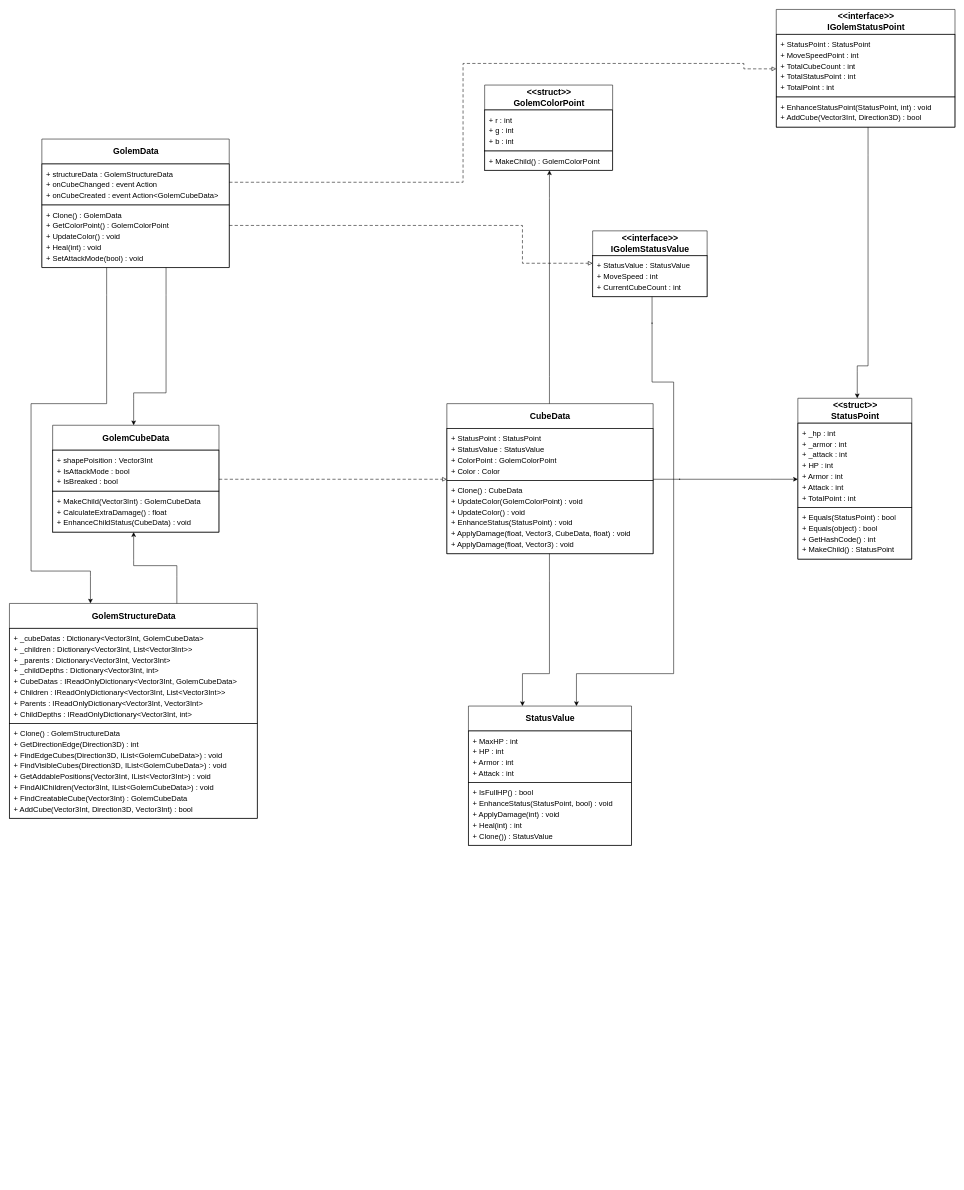
Above: Docs/Cube/CubeData.drawio in THISISJUSTICE/Test (draw.io), before the change. Source tidied: cells renumbered, new cells numbered last; positions are measured from the earlier drawing's top-left corner, leaving out a move shared by most shapes. Both pictures are drawn from the tidied source at 54%, with x=0, y=0 at pixel (9, 9).
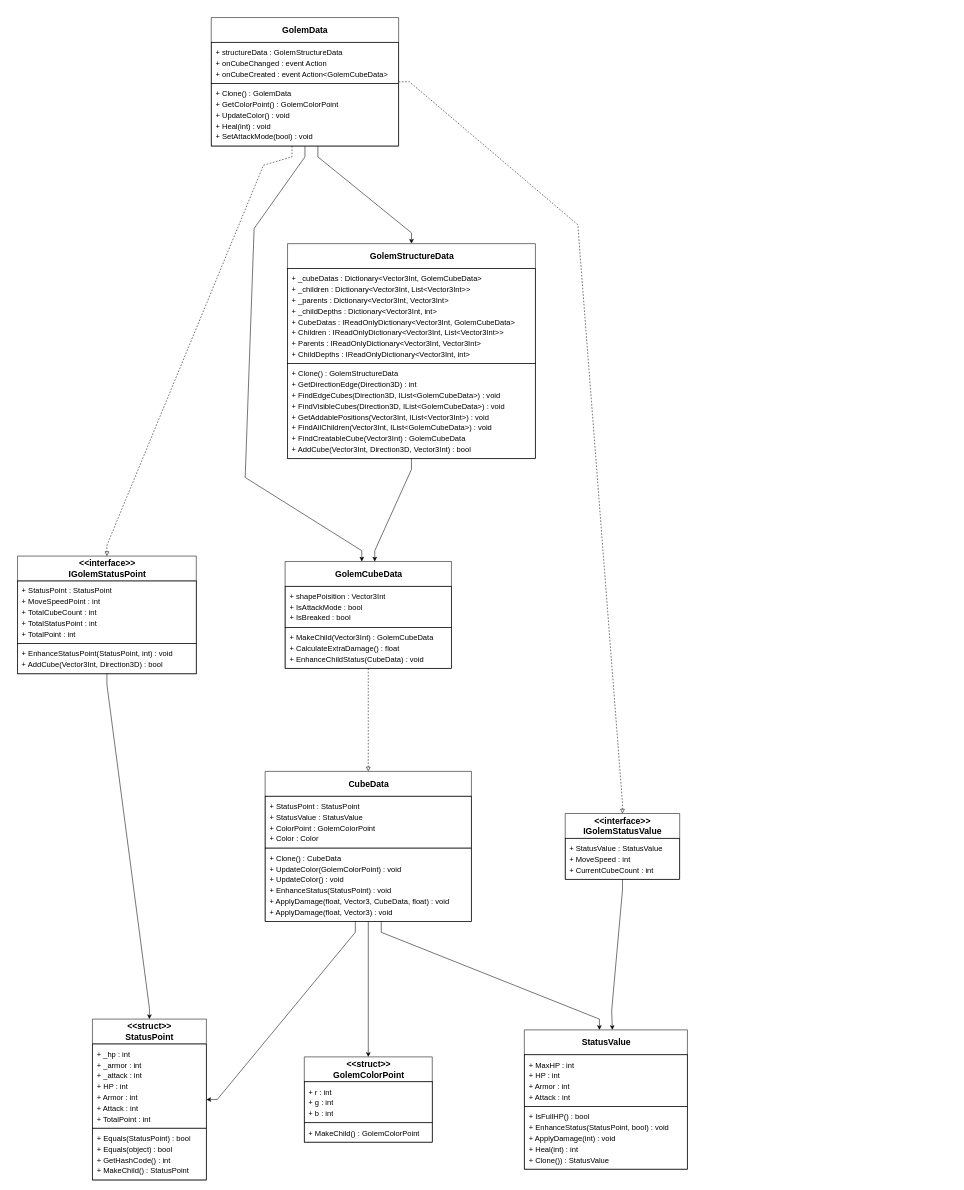
The same page after the edit.

Diff of the diagram source:
```diff
@@
     <mxCell id="2" value="&lt;h4 style=&quot;margin:0&quot;&gt;CubeData&lt;/h4&gt;" style="swimlane;fontSize=16;fontStyle=1;align=center;verticalAlign=middle;horizontal=1;startSize=46;html=1;fillColor=none;swimlaneFillColor=none;strokeColor=#000000;" parent="1" vertex="1">
-      <mxGeometry x="810" y="730" width="382" height="278" as="geometry" />
+      <mxGeometry x="473.5" y="1411" width="382" height="278" as="geometry" />
     </mxCell>
     <mxCell id="3" value="&lt;div&gt;&amp;lt;&amp;lt;struct&amp;gt;&amp;gt;&lt;/div&gt;&lt;h4 style=&quot;margin:0&quot;&gt;GolemColorPoint&lt;/h4&gt;" style="swimlane;fontSize=16;fontStyle=1;align=center;verticalAlign=middle;horizontal=1;startSize=46;html=1;fillColor=none;swimlaneFillColor=none;strokeColor=#000000;" parent="1" vertex="1">
-      <mxGeometry x="880" y="140" width="237" height="158" as="geometry" />
+      <mxGeometry x="546" y="1939.7" width="237" height="158" as="geometry" />
     </mxCell>
     <mxCell id="4" value="&lt;h4 style=&quot;margin:0&quot;&gt;GolemCubeData&lt;/h4&gt;" style="swimlane;fontSize=16;fontStyle=1;align=center;verticalAlign=middle;horizontal=1;startSize=46;html=1;fillColor=none;swimlaneFillColor=none;strokeColor=#000000;" parent="1" vertex="1">
-      <mxGeometry x="80" y="770" width="308" height="198" as="geometry" />
+      <mxGeometry x="510.5" y="1022.3" width="308" height="198" as="geometry" />
     </mxCell>
     <mxCell id="5" value="&lt;h4 style=&quot;margin:0&quot;&gt;GolemData&lt;/h4&gt;" style="swimlane;fontSize=16;fontStyle=1;align=center;verticalAlign=middle;horizontal=1;startSize=46;html=1;fillColor=none;swimlaneFillColor=none;strokeColor=#000000;" parent="1" vertex="1">
-      <mxGeometry x="60" y="240" width="347" height="238" as="geometry" />
+      <mxGeometry x="373.7" y="15" width="347" height="238" as="geometry" />
     </mxCell>
     <mxCell id="6" value="&lt;h4 style=&quot;margin:0&quot;&gt;GolemStructureData&lt;/h4&gt;" style="swimlane;fontSize=16;fontStyle=1;align=center;verticalAlign=middle;horizontal=1;startSize=46;html=1;fillColor=none;swimlaneFillColor=none;strokeColor=#000000;" parent="1" vertex="1">
-      <mxGeometry y="1100" width="459" height="398" as="geometry" />
+      <mxGeometry x="515" y="433.7" width="459" height="398" as="geometry" />
     </mxCell>
     <mxCell id="7" value="&lt;div&gt;&amp;lt;&amp;lt;interface&amp;gt;&amp;gt;&lt;/div&gt;&lt;h4 style=&quot;margin:0&quot;&gt;IGolemStatusPoint&lt;/h4&gt;" style="swimlane;fontSize=16;fontStyle=1;align=center;verticalAlign=middle;horizontal=1;startSize=46;html=1;fillColor=none;swimlaneFillColor=none;strokeColor=#000000;" parent="1" vertex="1">
-      <mxGeometry x="1420" width="331" height="218" as="geometry" />
+      <mxGeometry x="15" y="1012.3" width="331" height="218" as="geometry" />
     </mxCell>
     <mxCell id="8" value="&lt;div&gt;&amp;lt;&amp;lt;interface&amp;gt;&amp;gt;&lt;/div&gt;&lt;h4 style=&quot;margin:0&quot;&gt;IGolemStatusValue&lt;/h4&gt;" style="swimlane;fontSize=16;fontStyle=1;align=center;verticalAlign=middle;horizontal=1;startSize=46;html=1;fillColor=none;swimlaneFillColor=none;strokeColor=#000000;" parent="1" vertex="1">
-      <mxGeometry x="1080" y="410" width="212" height="122" as="geometry" />
+      <mxGeometry x="1029.2" y="1489" width="212" height="122" as="geometry" />
     </mxCell>
     <mxCell id="9" value="&lt;div&gt;&amp;lt;&amp;lt;struct&amp;gt;&amp;gt;&lt;/div&gt;&lt;h4 style=&quot;margin:0&quot;&gt;StatusPoint&lt;/h4&gt;" style="swimlane;fontSize=16;fontStyle=1;align=center;verticalAlign=middle;horizontal=1;startSize=46;html=1;fillColor=none;swimlaneFillColor=none;strokeColor=#000000;" parent="1" vertex="1">
-      <mxGeometry x="1460" y="720" width="211" height="298" as="geometry" />
+      <mxGeometry x="153.7" y="1869.7" width="211" height="298" as="geometry" />
     </mxCell>
     <mxCell id="10" value="&lt;h4 style=&quot;margin:0&quot;&gt;StatusValue&lt;/h4&gt;" style="swimlane;fontSize=16;fontStyle=1;align=center;verticalAlign=middle;horizontal=1;startSize=46;html=1;fillColor=none;swimlaneFillColor=none;strokeColor=#000000;" parent="1" vertex="1">
-      <mxGeometry x="850" y="1290" width="302" height="258" as="geometry" />
+      <mxGeometry x="953.5" y="1889.7" width="302" height="258" as="geometry" />
     </mxCell>
-    <mxCell id="11" style="edgeStyle=none;rounded=0;html=1;strokeColor=#000000;dashed=0;endArrow=classic;endFill=1;exitX=0.497382;exitY=0.000000;exitDx=0;exitDy=0;exitPerimeter=0;entryX=0.506329;entryY=1.000000;entryDx=0;entryDy=0;entryPerimeter=0;" parent="1" edge="1" source="2" target="3">
-      <mxGeometry relative="1" as="geometry">
-        <Array as="points">
-          <mxPoint x="1000" y="680" />
-          <mxPoint x="1000" y="350" />
-          <mxPoint x="1000" y="348" />
-        </Array>
-      </mxGeometry>
+    <mxCell id="11" style="edgeStyle=none;curved=0;rounded=0;html=1;strokeColor=#000000;exitPerimeter=0;entryPerimeter=0;exitX=0.50000;exitY=1.00000;entryX=0.50000;entryY=0.00000;endArrow=classic;endFill=1;" parent="1" edge="1" source="2" target="3">
+      <mxGeometry relative="1" as="geometry" />
     </mxCell>
-    <mxCell id="12" style="edgeStyle=none;rounded=0;html=1;strokeColor=#000000;dashed=0;endArrow=classic;endFill=1;exitX=1.000000;exitY=0.503597;exitDx=0;exitDy=0;exitPerimeter=0;entryX=0.000000;entryY=0.503356;entryDx=0;entryDy=0;entryPerimeter=0;" parent="1" edge="1" source="2" target="9">
+    <mxCell id="12" style="edgeStyle=none;curved=0;rounded=0;html=1;strokeColor=#000000;exitPerimeter=0;entryPerimeter=0;exitX=0.43717;exitY=1.00000;entryX=1.00000;entryY=0.50000;endArrow=classic;endFill=1;" parent="1" edge="1" source="2" target="9">
       <mxGeometry relative="1" as="geometry">
         <Array as="points">
-          <mxPoint x="1242" y="870" />
-          <mxPoint x="1240" y="870" />
-          <mxPoint x="1410" y="870" />
+          <mxPoint x="640.5" y="1709" />
+          <mxPoint x="384.7" y="2018.7" />
         </Array>
       </mxGeometry>
     </mxCell>
-    <mxCell id="13" style="edgeStyle=none;rounded=0;html=1;strokeColor=#000000;dashed=0;endArrow=classic;endFill=1;exitX=0.497382;exitY=1.000000;exitDx=0;exitDy=0;exitPerimeter=0;entryX=0.331126;entryY=0.000000;entryDx=0;entryDy=0;entryPerimeter=0;" parent="1" edge="1" source="2" target="10">
+    <mxCell id="13" style="edgeStyle=none;curved=0;rounded=0;html=1;strokeColor=#000000;exitPerimeter=0;entryPerimeter=0;exitX=0.56283;exitY=1.00000;entryX=0.46026;entryY=0.00000;endArrow=classic;endFill=1;" parent="1" edge="1" source="2" target="10">
       <mxGeometry relative="1" as="geometry">
         <Array as="points">
-          <mxPoint x="1000" y="1058" />
-          <mxPoint x="1000" y="1060" />
-          <mxPoint x="1000" y="1230" />
-          <mxPoint x="950" y="1230" />
-          <mxPoint x="950" y="1240" />
+          <mxPoint x="688.5" y="1709" />
+          <mxPoint x="1092.5" y="1869.7" />
         </Array>
       </mxGeometry>
     </mxCell>
-    <mxCell id="14" style="edgeStyle=none;rounded=0;html=1;strokeColor=#000000;dashed=1;dashPattern=6 4;endArrow=block;endFill=0;exitX=1.000000;exitY=0.505051;exitDx=0;exitDy=0;exitPerimeter=0;entryX=0.000000;entryY=0.503597;entryDx=0;entryDy=0;entryPerimeter=0;" parent="1" edge="1" source="4" target="2">
-      <mxGeometry relative="1" as="geometry">
-        <Array as="points">
-          <mxPoint x="438" y="870" />
-          <mxPoint x="440" y="870" />
-          <mxPoint x="760" y="870" />
-        </Array>
-      </mxGeometry>
+    <mxCell id="14" style="edgeStyle=none;curved=0;rounded=0;html=1;strokeColor=#000000;exitPerimeter=0;entryPerimeter=0;exitX=0.50000;exitY=1.00000;entryX=0.50000;entryY=0.00000;dashed=1;endArrow=block;endFill=0;" parent="1" edge="1" source="4" target="2">
+      <mxGeometry relative="1" as="geometry" />
     </mxCell>
-    <mxCell id="15" style="edgeStyle=none;rounded=0;html=1;strokeColor=#000000;dashed=0;endArrow=classic;endFill=1;exitX=0.662824;exitY=1.000000;exitDx=0;exitDy=0;exitPerimeter=0;entryX=0.487013;entryY=0.000000;entryDx=0;entryDy=0;entryPerimeter=0;" parent="1" edge="1" source="5" target="4">
+    <mxCell id="15" style="edgeStyle=none;curved=0;rounded=0;html=1;strokeColor=#000000;exitPerimeter=0;entryPerimeter=0;exitX=0.50000;exitY=1.00000;entryX=0.46104;entryY=0.00000;endArrow=classic;endFill=1;" parent="1" edge="1" source="5" target="4">
       <mxGeometry relative="1" as="geometry">
         <Array as="points">
-          <mxPoint x="290" y="528" />
-          <mxPoint x="290" y="530" />
-          <mxPoint x="290" y="710" />
-          <mxPoint x="230" y="710" />
-          <mxPoint x="230" y="720" />
+          <mxPoint x="547.2" y="273" />
+          <mxPoint x="453.1" y="405.6" />
+          <mxPoint x="436.5" y="866.7" />
+          <mxPoint x="652.5" y="1002.3" />
         </Array>
       </mxGeometry>
     </mxCell>
-    <mxCell id="16" style="edgeStyle=none;rounded=0;html=1;strokeColor=#000000;dashed=0;endArrow=classic;endFill=1;exitX=0.345821;exitY=1.000000;exitDx=0;exitDy=0;exitPerimeter=0;entryX=0.326797;entryY=0.000000;entryDx=0;entryDy=0;entryPerimeter=0;" parent="1" edge="1" source="5" target="6">
+    <mxCell id="16" style="edgeStyle=none;curved=0;rounded=0;html=1;strokeColor=#000000;exitPerimeter=0;entryPerimeter=0;exitX=0.56916;exitY=1.00000;entryX=0.50000;entryY=0.00000;endArrow=classic;endFill=1;" parent="1" edge="1" source="5" target="6">
       <mxGeometry relative="1" as="geometry">
         <Array as="points">
-          <mxPoint x="180" y="528" />
-          <mxPoint x="180" y="530" />
-          <mxPoint x="180" y="730" />
-          <mxPoint x="40" y="730" />
-          <mxPoint x="40" y="1040" />
-          <mxPoint x="150" y="1040" />
-          <mxPoint x="150" y="1050" />
+          <mxPoint x="571.2" y="273" />
+          <mxPoint x="744.5" y="413.7" />
         </Array>
       </mxGeometry>
     </mxCell>
-    <mxCell id="17" style="edgeStyle=none;rounded=0;html=1;strokeColor=#000000;dashed=1;dashPattern=6 4;endArrow=block;endFill=0;exitX=1.000000;exitY=0.336134;exitDx=0;exitDy=0;exitPerimeter=0;entryX=0.000000;entryY=0.504587;entryDx=0;entryDy=0;entryPerimeter=0;" parent="1" edge="1" source="5" target="7">
+    <mxCell id="17" style="edgeStyle=none;curved=0;rounded=0;html=1;strokeColor=#000000;exitPerimeter=0;entryPerimeter=0;exitX=0.43084;exitY=1.00000;entryX=0.50000;entryY=0.00000;dashed=1;endArrow=block;endFill=0;" parent="1" edge="1" source="5" target="7">
       <mxGeometry relative="1" as="geometry">
         <Array as="points">
-          <mxPoint x="457" y="320" />
-          <mxPoint x="460" y="320" />
-          <mxPoint x="840" y="320" />
-          <mxPoint x="840" y="100" />
-          <mxPoint x="1360" y="100" />
-          <mxPoint x="1360" y="110" />
-          <mxPoint x="1370" y="110" />
+          <mxPoint x="523.2" y="273" />
+          <mxPoint x="470.4" y="288.5" />
+          <mxPoint x="180.5" y="992.3" />
         </Array>
       </mxGeometry>
     </mxCell>
-    <mxCell id="18" style="edgeStyle=none;rounded=0;html=1;strokeColor=#000000;dashed=1;dashPattern=6 4;endArrow=block;endFill=0;exitX=1.000000;exitY=0.672269;exitDx=0;exitDy=0;exitPerimeter=0;entryX=0.000000;entryY=0.491803;entryDx=0;entryDy=0;entryPerimeter=0;" parent="1" edge="1" source="5" target="8">
+    <mxCell id="18" style="edgeStyle=none;curved=0;rounded=0;html=1;strokeColor=#000000;exitPerimeter=0;entryPerimeter=0;exitX=1.00000;exitY=0.50000;entryX=0.50000;entryY=0.00000;dashed=1;endArrow=block;endFill=0;" parent="1" edge="1" source="5" target="8">
       <mxGeometry relative="1" as="geometry">
         <Array as="points">
-          <mxPoint x="457" y="400" />
-          <mxPoint x="460" y="400" />
-          <mxPoint x="950" y="400" />
-          <mxPoint x="950" y="470" />
-          <mxPoint x="1030" y="470" />
+          <mxPoint x="740.7" y="134" />
+          <mxPoint x="1052.5" y="398.7" />
+          <mxPoint x="1135.2" y="1469" />
         </Array>
       </mxGeometry>
     </mxCell>
-    <mxCell id="19" style="edgeStyle=none;rounded=0;html=1;strokeColor=#000000;dashed=0;endArrow=classic;endFill=1;exitX=0.675381;exitY=0.000000;exitDx=0;exitDy=0;exitPerimeter=0;entryX=0.487013;entryY=1.000000;entryDx=0;entryDy=0;entryPerimeter=0;" parent="1" edge="1" source="6" target="4">
+    <mxCell id="19" style="edgeStyle=none;curved=0;rounded=0;html=1;strokeColor=#000000;exitPerimeter=0;entryPerimeter=0;exitX=0.50000;exitY=1.00000;entryX=0.53896;entryY=0.00000;endArrow=classic;endFill=1;" parent="1" edge="1" source="6" target="4">
       <mxGeometry relative="1" as="geometry">
         <Array as="points">
-          <mxPoint x="310" y="1050" />
-          <mxPoint x="310" y="1030" />
-          <mxPoint x="230" y="1030" />
-          <mxPoint x="230" y="1020" />
-          <mxPoint x="230" y="1018" />
+          <mxPoint x="744.5" y="851.7" />
+          <mxPoint x="676.5" y="1002.3" />
         </Array>
       </mxGeometry>
     </mxCell>
-    <mxCell id="20" style="edgeStyle=none;rounded=0;html=1;strokeColor=#000000;dashed=0;endArrow=classic;endFill=1;exitX=0.513595;exitY=1.000000;exitDx=0;exitDy=0;exitPerimeter=0;entryX=0.521327;entryY=0.000000;entryDx=0;entryDy=0;entryPerimeter=0;" parent="1" edge="1" source="7" target="9">
+    <mxCell id="20" style="edgeStyle=none;curved=0;rounded=0;html=1;strokeColor=#000000;exitPerimeter=0;entryPerimeter=0;exitX=0.50000;exitY=1.00000;entryX=0.50000;entryY=0.00000;endArrow=classic;endFill=1;" parent="1" edge="1" source="7" target="9">
       <mxGeometry relative="1" as="geometry">
         <Array as="points">
-          <mxPoint x="1590" y="268" />
-          <mxPoint x="1590" y="270" />
-          <mxPoint x="1590" y="660" />
-          <mxPoint x="1570" y="660" />
-          <mxPoint x="1570" y="670" />
+          <mxPoint x="180.5" y="1250.3" />
+          <mxPoint x="259.2" y="1849.7" />
         </Array>
       </mxGeometry>
     </mxCell>
-    <mxCell id="21" style="edgeStyle=none;rounded=0;html=1;strokeColor=#000000;dashed=0;endArrow=classic;endFill=1;exitX=0.518868;exitY=1.000000;exitDx=0;exitDy=0;exitPerimeter=0;entryX=0.662252;entryY=0.000000;entryDx=0;entryDy=0;entryPerimeter=0;" parent="1" edge="1" source="8" target="10">
+    <mxCell id="21" style="edgeStyle=none;curved=0;rounded=0;html=1;strokeColor=#000000;exitPerimeter=0;entryPerimeter=0;exitX=0.50000;exitY=1.00000;entryX=0.53974;entryY=0.00000;endArrow=classic;endFill=1;" parent="1" edge="1" source="8" target="10">
       <mxGeometry relative="1" as="geometry">
         <Array as="points">
-          <mxPoint x="1190" y="582" />
-          <mxPoint x="1190" y="580" />
-          <mxPoint x="1190" y="690" />
-          <mxPoint x="1230" y="690" />
-          <mxPoint x="1230" y="1230" />
-          <mxPoint x="1050" y="1230" />
-          <mxPoint x="1050" y="1240" />
+          <mxPoint x="1135.2" y="1631" />
+          <mxPoint x="1115.2" y="1854.2" />
         </Array>
       </mxGeometry>
     </mxCell>
```
